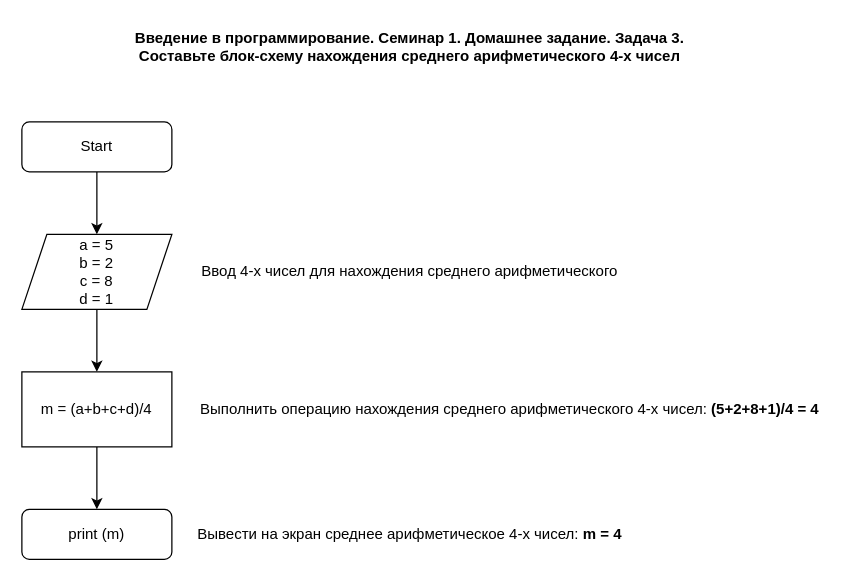
Above: 2022.12.11_HW_1-3.drawio in kask1n/Programming_Introguction (draw.io), before the change. Source tidied: cells renumbered, new cells numbered last; positions are measured from the earlier drawing's top-left corner, leaving out a move shared by most shapes. Both pictures are drawn from the tidied source at 125%, with x=0, y=0 at pixel (21, 21).
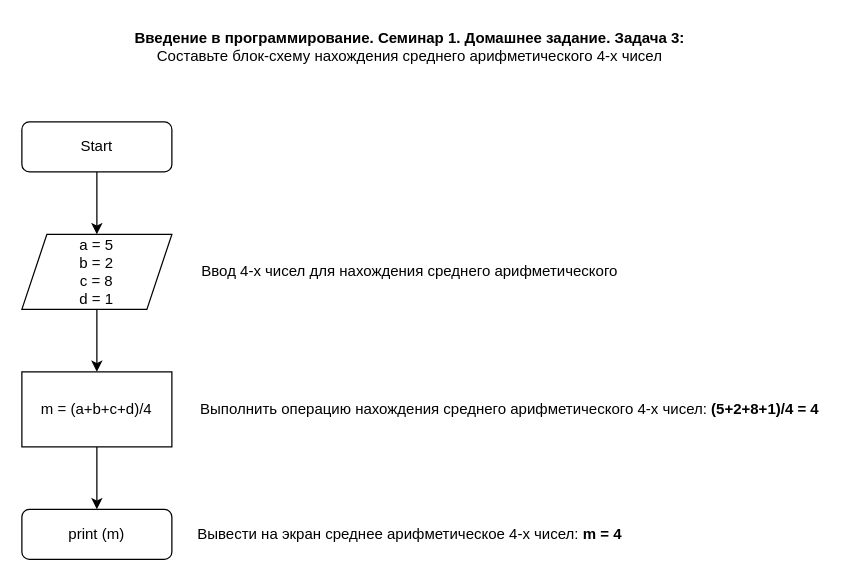
Above is the later version.

Diff of the diagram source:
```diff
@@
 <mxGraphModel>
   <root>
     <mxCell id="0" />
     <mxCell id="1" parent="0" />
     <mxCell id="2" style="edgeStyle=orthogonalEdgeStyle;rounded=0;jettySize=auto;html=1;" parent="1" edge="1" source="3">
       <mxGeometry relative="1" as="geometry">
         <mxPoint x="60" y="170" as="targetPoint" />
       </mxGeometry>
     </mxCell>
     <mxCell id="3" value="Start" style="rounded=1;whiteSpace=wrap;html=1;fontSize=12;glass=0;strokeWidth=1;shadow=0;" parent="1" vertex="1">
       <mxGeometry y="80" width="120" height="40" as="geometry" />
     </mxCell>
     <mxCell id="4" value="print (m)" style="rounded=1;whiteSpace=wrap;html=1;fontSize=12;glass=0;strokeWidth=1;shadow=0;" parent="1" vertex="1">
       <mxGeometry y="390" width="120" height="40" as="geometry" />
     </mxCell>
     <mxCell id="5" style="edgeStyle=orthogonalEdgeStyle;rounded=0;jettySize=auto;html=1;" parent="1" edge="1" source="6" target="8">
       <mxGeometry relative="1" as="geometry" />
     </mxCell>
     <mxCell id="6" value="a = 5&lt;br&gt;b = 2&lt;br&gt;c = 8&lt;br&gt;d = 1" style="shape=parallelogram;perimeter=parallelogramPerimeter;whiteSpace=wrap;html=1;fixedSize=1;" parent="1" vertex="1">
       <mxGeometry y="170" width="120" height="60" as="geometry" />
     </mxCell>
     <mxCell id="7" style="edgeStyle=orthogonalEdgeStyle;rounded=0;jettySize=auto;html=1;" parent="1" edge="1" source="8" target="4">
       <mxGeometry relative="1" as="geometry" />
     </mxCell>
     <mxCell id="8" value="m = (a+b+c+d)/4" style="rounded=0;whiteSpace=wrap;html=1;" parent="1" vertex="1">
       <mxGeometry y="280" width="120" height="60" as="geometry" />
     </mxCell>
     <mxCell id="9" value="Выполнить операцию нахождения среднего арифметического 4-х чисел: &lt;b&gt;(5+2+8+1)/4 = 4&lt;/b&gt;" style="text;html=1;align=center;verticalAlign=middle;strokeColor=none;fillColor=none;" parent="1" vertex="1">
       <mxGeometry x="130" y="295" width="520" height="30" as="geometry" />
     </mxCell>
     <mxCell id="10" value="Вывести на экран среднее арифметическое 4-х чисел: &lt;b&gt;m = 4&lt;/b&gt;" style="text;html=1;align=center;verticalAlign=middle;strokeColor=none;fillColor=none;" parent="1" vertex="1">
       <mxGeometry x="130" y="395" width="360" height="30" as="geometry" />
     </mxCell>
     <mxCell id="11" value="Ввод 4-х чисел для нахождения среднего арифметического" style="text;html=1;align=center;verticalAlign=middle;strokeColor=none;fillColor=none;" parent="1" vertex="1">
       <mxGeometry x="130" y="185" width="360" height="30" as="geometry" />
     </mxCell>
-    <mxCell id="12" value="&lt;b&gt;Введение в программирование. Семинар 1. Домашнее задание. Задача 3.&lt;br&gt;&lt;/b&gt;&lt;div&gt;&lt;b&gt;Составьте блок-схему&amp;nbsp;&lt;span style=&quot;background-color: initial;&quot;&gt;нахождения среднего&amp;nbsp;&lt;/span&gt;&lt;span style=&quot;background-color: initial;&quot;&gt;арифметического 4-х&amp;nbsp;&lt;/span&gt;&lt;span style=&quot;background-color: initial;&quot;&gt;чисел&lt;/span&gt;&lt;/b&gt;&lt;/div&gt;" style="text;html=1;align=center;verticalAlign=middle;strokeColor=none;fillColor=none;" parent="1" vertex="1">
+    <mxCell id="12" value="&lt;b&gt;Введение в программирование. Семинар 1. Домашнее задание. Задача 3:&lt;br&gt;&lt;/b&gt;&lt;div&gt;Составьте блок-схему&amp;nbsp;&lt;span style=&quot;background-color: initial;&quot;&gt;нахождения среднего&amp;nbsp;&lt;/span&gt;&lt;span style=&quot;background-color: initial;&quot;&gt;арифметического 4-х&amp;nbsp;&lt;/span&gt;&lt;span style=&quot;background-color: initial;&quot;&gt;чисел&lt;/span&gt;&lt;/div&gt;" style="text;html=1;align=center;verticalAlign=middle;strokeColor=none;fillColor=none;" parent="1" vertex="1">
       <mxGeometry x="80" width="460" height="40" as="geometry" />
     </mxCell>
   </root>
 </mxGraphModel>
```
